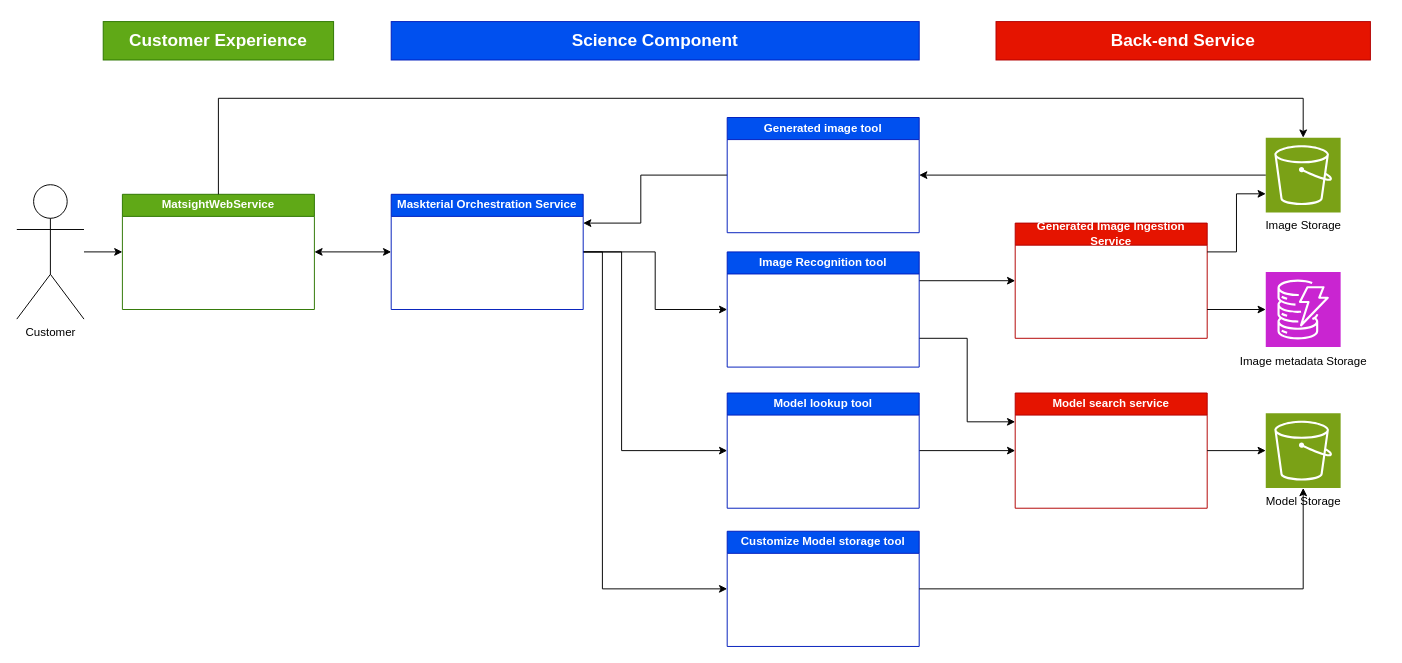
The draw.io diagram Diagrams/Detailed High Level Diagram.drawio in microseg/docs, before the edit. Source tidied: cells renumbered, new cells numbered last; positions are measured from the earlier drawing's top-left corner, leaving out a move shared by most shapes. Both pictures are drawn from the tidied source at 96%, with x=0, y=0 at pixel (16, 21).
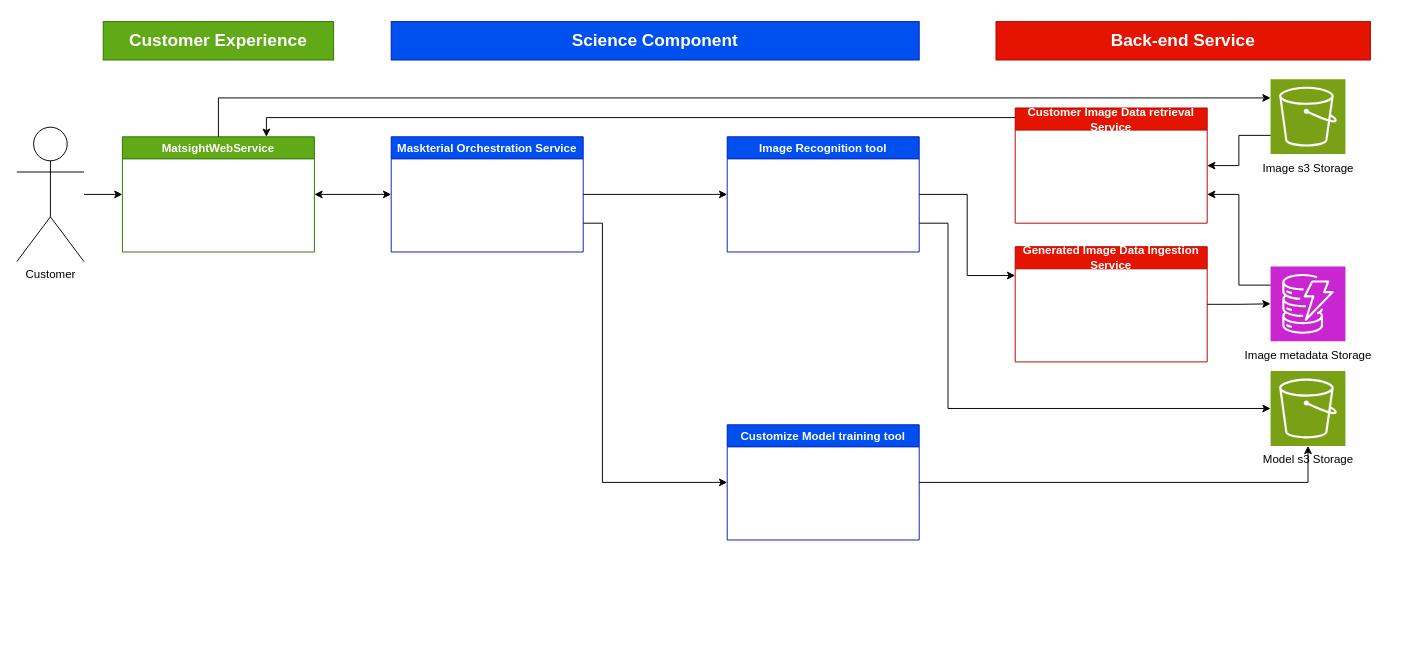
After the change.

The change refers to these unchanged cells:
```xml
<mxCell id="23" style="sketch=0;points=[[0,0,0],[0.25,0,0],[0.5,0,0],[0.75,0,0],[1,0,0],[0,1,0],[0.25,1,0],[0.5,1,0],[0.75,1,0],[1,1,0],[0,0.25,0],[0,0.5,0],[0,0.75,0],[1,0.25,0],[1,0.5,0],[1,0.75,0]];outlineConnect=0;fontColor=#232F3E;fillColor=#7AA116;strokeColor=#ffffff;dashed=0;verticalLabelPosition=bottom;verticalAlign=top;align=center;html=1;fontSize=12;fontStyle=0;shape=mxgraph.aws4.resourceIcon;resIcon=mxgraph.aws4.s3;" parent="22" vertex="1">
  <mxGeometry x="11" width="78" height="78" as="geometry" />
</mxCell>
<mxCell id="27" style="sketch=0;points=[[0,0,0],[0.25,0,0],[0.5,0,0],[0.75,0,0],[1,0,0],[0,1,0],[0.25,1,0],[0.5,1,0],[0.75,1,0],[1,1,0],[0,0.25,0],[0,0.5,0],[0,0.75,0],[1,0.25,0],[1,0.5,0],[1,0.75,0]];outlineConnect=0;fontColor=#232F3E;fillColor=#7AA116;strokeColor=#ffffff;dashed=0;verticalLabelPosition=bottom;verticalAlign=top;align=center;html=1;fontSize=12;fontStyle=0;shape=mxgraph.aws4.resourceIcon;resIcon=mxgraph.aws4.s3;" parent="26" vertex="1">
  <mxGeometry x="11" width="78" height="78" as="geometry" />
</mxCell>
<mxCell id="32" style="sketch=0;points=[[0,0,0],[0.25,0,0],[0.5,0,0],[0.75,0,0],[1,0,0],[0,1,0],[0.25,1,0],[0.5,1,0],[0.75,1,0],[1,1,0],[0,0.25,0],[0,0.5,0],[0,0.75,0],[1,0.25,0],[1,0.5,0],[1,0.75,0]];outlineConnect=0;fontColor=#232F3E;fillColor=#C925D1;strokeColor=#ffffff;dashed=0;verticalLabelPosition=bottom;verticalAlign=top;align=center;html=1;fontSize=12;fontStyle=0;shape=mxgraph.aws4.resourceIcon;resIcon=mxgraph.aws4.dynamodb;" parent="31" vertex="1">
  <mxGeometry x="11" width="78" height="78" as="geometry" />
</mxCell>
```

Change to the diagram source:
```diff
@@
     <mxCell id="6" value="MatsightWebService" style="swimlane;whiteSpace=wrap;html=1;fillColor=#60a917;fontColor=#ffffff;strokeColor=#2D7600;" parent="1" vertex="1">
-      <mxGeometry x="110" y="179.9" width="200" height="120" as="geometry" />
+      <mxGeometry x="110" y="120" width="200" height="120" as="geometry" />
     </mxCell>
     <mxCell id="7" value="Customer" style="shape=umlActor;verticalLabelPosition=bottom;verticalAlign=top;html=1;outlineConnect=0;" parent="1" vertex="1">
-      <mxGeometry y="169.9" width="70" height="140" as="geometry" />
+      <mxGeometry y="110" width="70" height="140" as="geometry" />
     </mxCell>
     <mxCell id="8" style="endArrow=classic;html=1;rounded=0;" parent="1" edge="1" source="7">
       <mxGeometry relative="1" as="geometry">
-        <mxPoint x="110" y="239.9" as="targetPoint" />
+        <mxPoint x="110" y="180" as="targetPoint" />
       </mxGeometry>
     </mxCell>
-    <mxCell id="9" style="edgeStyle=orthogonalEdgeStyle;rounded=0;jettySize=auto;html=1;exitX=1;exitY=0.25;exitDx=0;exitDy=0;entryX=0;entryY=0.5;entryDx=0;entryDy=0;startArrow=classic;startFill=1;endArrow=none;endFill=0;" parent="1" edge="1" source="13" target="18">
-      <mxGeometry relative="1" as="geometry">
-        <Array as="points">
-          <mxPoint x="650" y="209.9" />
-          <mxPoint x="650" y="159.9" />
-        </Array>
-      </mxGeometry>
-    </mxCell>
@@
-    <mxCell id="11" style="edgeStyle=orthogonalEdgeStyle;rounded=0;jettySize=auto;html=1;exitX=1;exitY=0.5;exitDx=0;exitDy=0;entryX=0;entryY=0.5;entryDx=0;entryDy=0;" parent="1" edge="1" source="13" target="17">
+    <mxCell id="11" style="edgeStyle=orthogonalEdgeStyle;rounded=0;jettySize=auto;html=1;exitX=1;exitY=0.75;exitDx=0;exitDy=0;entryX=0;entryY=0.5;entryDx=0;entryDy=0;" parent="1" edge="1" source="13" target="17">
       <mxGeometry relative="1" as="geometry">
         <Array as="points">
-          <mxPoint x="610" y="239.9" />
-          <mxPoint x="610" y="590.9" />
+          <mxPoint x="610" y="210" />
+          <mxPoint x="610" y="480" />
         </Array>
       </mxGeometry>
     </mxCell>
-    <mxCell id="12" style="edgeStyle=orthogonalEdgeStyle;rounded=0;jettySize=auto;html=1;exitX=1;exitY=0.5;exitDx=0;exitDy=0;entryX=0;entryY=0.5;entryDx=0;entryDy=0;" parent="1" edge="1" source="13" target="16">
-      <mxGeometry relative="1" as="geometry">
-        <Array as="points">
-          <mxPoint x="630" y="239.9" />
-          <mxPoint x="630" y="446.9" />
-        </Array>
-      </mxGeometry>
-    </mxCell>
     <mxCell id="13" value="Maskterial Orchestration Service" style="swimlane;whiteSpace=wrap;html=1;fillColor=#0050ef;fontColor=#ffffff;strokeColor=#001DBC;startSize=23;" parent="1" vertex="1">
-      <mxGeometry x="390" y="179.9" width="200" height="120" as="geometry" />
+      <mxGeometry x="390" y="120" width="200" height="120" as="geometry" />
     </mxCell>
-    <mxCell id="14" value="Model search service" style="swimlane;whiteSpace=wrap;html=1;fillColor=#e51400;fontColor=#ffffff;strokeColor=#B20000;" parent="1" vertex="1">
-      <mxGeometry x="1040" y="386.9" width="200" height="120" as="geometry" />
-    </mxCell>
-    <mxCell id="15" style="edgeStyle=orthogonalEdgeStyle;rounded=0;jettySize=auto;html=1;exitX=1;exitY=0.5;exitDx=0;exitDy=0;entryX=0;entryY=0.5;entryDx=0;entryDy=0;startArrow=none;startFill=0;endArrow=classic;endFill=1;" parent="1" edge="1" source="16" target="14">
-      <mxGeometry relative="1" as="geometry" />
-    </mxCell>
-    <mxCell id="16" value="Model lookup tool" style="swimlane;whiteSpace=wrap;html=1;fillColor=#0050ef;fontColor=#ffffff;strokeColor=#001DBC;startSize=23;" parent="1" vertex="1">
-      <mxGeometry x="740" y="386.9" width="200" height="120" as="geometry" />
-    </mxCell>
-    <mxCell id="17" value="Customize Model storage tool" style="swimlane;whiteSpace=wrap;html=1;fillColor=#0050ef;fontColor=#ffffff;strokeColor=#001DBC;startSize=23;" parent="1" vertex="1">
-      <mxGeometry x="740" y="530.9" width="200" height="120" as="geometry" />
+    <mxCell id="17" value="Customize Model training tool" style="swimlane;whiteSpace=wrap;html=1;fillColor=#0050ef;fontColor=#ffffff;strokeColor=#001DBC;startSize=23;" parent="1" vertex="1">
+      <mxGeometry x="740" y="420" width="200" height="120" as="geometry" />
     </mxCell>
-    <mxCell id="18" value="Generated image tool" style="swimlane;whiteSpace=wrap;html=1;fillColor=#0050ef;fontColor=#ffffff;strokeColor=#001DBC;startSize=23;" parent="1" vertex="1">
-      <mxGeometry x="740" y="99.9" width="200" height="120" as="geometry" />
-    </mxCell>
-    <mxCell id="19" style="edgeStyle=orthogonalEdgeStyle;rounded=0;jettySize=auto;html=1;exitX=1;exitY=0.25;exitDx=0;exitDy=0;entryX=0;entryY=0.5;entryDx=0;entryDy=0;" parent="1" edge="1" source="21" target="34">
+    <mxCell id="19" style="edgeStyle=orthogonalEdgeStyle;rounded=0;jettySize=auto;html=1;exitX=1;exitY=0.5;exitDx=0;exitDy=0;entryX=0;entryY=0.25;entryDx=0;entryDy=0;" parent="1" edge="1" source="21" target="34">
       <mxGeometry relative="1" as="geometry" />
     </mxCell>
-    <mxCell id="20" style="edgeStyle=orthogonalEdgeStyle;rounded=0;jettySize=auto;html=1;exitX=1;exitY=0.75;exitDx=0;exitDy=0;entryX=0;entryY=0.25;entryDx=0;entryDy=0;" parent="1" edge="1" source="21" target="14">
-      <mxGeometry relative="1" as="geometry">
-        <Array as="points">
-          <mxPoint x="990" y="329.9" />
-          <mxPoint x="990" y="416.9" />
-        </Array>
-      </mxGeometry>
-    </mxCell>
+    <mxCell id="38" style="edgeStyle=orthogonalEdgeStyle;rounded=0;jettySize=auto;html=1;exitX=1;exitY=0.75;exitDx=0;exitDy=0;entryX=0;entryY=0.5;entryDx=0;entryDy=0;entryPerimeter=0;" parent="1" edge="1" source="21" target="23">
+      <mxGeometry relative="1" as="geometry">
+        <Array as="points">
+          <mxPoint x="970" y="210" />
+          <mxPoint x="970" y="403" />
+        </Array>
+      </mxGeometry>
+    </mxCell>
     <mxCell id="21" value="Image Recognition tool" style="swimlane;whiteSpace=wrap;html=1;fillColor=#0050ef;fontColor=#ffffff;strokeColor=#001DBC;startSize=23;" parent="1" vertex="1">
-      <mxGeometry x="740" y="239.9" width="200" height="120" as="geometry" />
+      <mxGeometry x="740" y="120" width="200" height="120" as="geometry" />
     </mxCell>
     <mxCell id="22" style="group;" parent="1" vertex="1">
-      <mxGeometry x="1290" y="407.9" width="100" height="107" as="geometry" />
+      <mxGeometry x="1295" y="364" width="110" height="107" as="geometry" />
     </mxCell>
@@
-    <mxCell id="24" value="Model Storage" style="text;html=1;align=center;verticalAlign=middle;strokeColor=none;fillColor=none;" parent="22" vertex="1">
-      <mxGeometry y="77" width="100" height="30" as="geometry" />
+    <mxCell id="24" value="Model s3 Storage" style="text;html=1;align=center;verticalAlign=middle;strokeColor=none;fillColor=none;" parent="22" vertex="1">
+      <mxGeometry x="-10" y="77" width="120" height="30" as="geometry" />
     </mxCell>
-    <mxCell id="25" style="edgeStyle=orthogonalEdgeStyle;rounded=0;jettySize=auto;html=1;exitX=0;exitY=0.5;exitDx=0;exitDy=0;exitPerimeter=0;endArrow=none;endFill=0;startArrow=classic;startFill=1;" parent="1" edge="1" source="23" target="14">
-      <mxGeometry relative="1" as="geometry" />
-    </mxCell>
     <mxCell id="26" style="group;" parent="1" vertex="1">
-      <mxGeometry x="1290" y="120.9" width="110" height="107" as="geometry" />
+      <mxGeometry x="1295" y="60" width="110" height="108" as="geometry" />
     </mxCell>
@@
-    <mxCell id="28" value="Image Storage" style="text;html=1;align=center;verticalAlign=middle;strokeColor=none;fillColor=none;" parent="26" vertex="1">
-      <mxGeometry y="77" width="100" height="30" as="geometry" />
+    <mxCell id="28" value="Image s3 Storage" style="text;html=1;align=center;verticalAlign=middle;strokeColor=none;fillColor=none;" parent="26" vertex="1">
+      <mxGeometry x="-10" y="78" width="120" height="30" as="geometry" />
     </mxCell>
-    <mxCell id="29" style="edgeStyle=orthogonalEdgeStyle;rounded=0;jettySize=auto;html=1;exitX=1;exitY=0.5;exitDx=0;exitDy=0;entryX=0;entryY=0.5;entryDx=0;entryDy=0;entryPerimeter=0;startArrow=classic;startFill=1;endArrow=none;endFill=0;" parent="1" edge="1" source="18" target="27">
-      <mxGeometry relative="1" as="geometry" />
-    </mxCell>
-    <mxCell id="30" style="edgeStyle=orthogonalEdgeStyle;rounded=0;jettySize=auto;html=1;exitX=0.5;exitY=0;exitDx=0;exitDy=0;entryX=0.5;entryY=0;entryDx=0;entryDy=0;entryPerimeter=0;" parent="1" edge="1" source="6" target="27">
-      <mxGeometry relative="1" as="geometry">
-        <Array as="points">
-          <mxPoint x="210" y="79.9" />
-          <mxPoint x="1340" y="79.9" />
-        </Array>
-      </mxGeometry>
-    </mxCell>
     <mxCell id="31" style="group;" parent="1" vertex="1">
-      <mxGeometry x="1290" y="260.9" width="130" height="108" as="geometry" />
+      <mxGeometry x="1295" y="255" width="130" height="108" as="geometry" />
     </mxCell>
@@
-    <mxCell id="34" value="Generated Image Ingestion Service" style="swimlane;whiteSpace=wrap;html=1;fillColor=#e51400;fontColor=#ffffff;strokeColor=#B20000;" parent="1" vertex="1">
-      <mxGeometry x="1040" y="209.9" width="200" height="120" as="geometry" />
+    <mxCell id="34" value="Generated Image Data Ingestion Service" style="swimlane;whiteSpace=wrap;html=1;fillColor=#e51400;fontColor=#ffffff;strokeColor=#B20000;" parent="1" vertex="1">
+      <mxGeometry x="1040" y="234.5" width="200" height="120" as="geometry" />
     </mxCell>
-    <mxCell id="35" style="edgeStyle=orthogonalEdgeStyle;rounded=0;jettySize=auto;html=1;exitX=1;exitY=0.25;exitDx=0;exitDy=0;entryX=0;entryY=0.75;entryDx=0;entryDy=0;entryPerimeter=0;" parent="1" edge="1" source="34" target="27">
-      <mxGeometry relative="1" as="geometry" />
-    </mxCell>
-    <mxCell id="36" style="edgeStyle=orthogonalEdgeStyle;rounded=0;jettySize=auto;html=1;exitX=1;exitY=0.75;exitDx=0;exitDy=0;entryX=0;entryY=0.5;entryDx=0;entryDy=0;entryPerimeter=0;" parent="1" edge="1" source="34" target="32">
+    <mxCell id="36" style="edgeStyle=orthogonalEdgeStyle;rounded=0;jettySize=auto;html=1;exitX=1;exitY=0.5;exitDx=0;exitDy=0;entryX=0;entryY=0.5;entryDx=0;entryDy=0;entryPerimeter=0;" parent="1" edge="1" source="34" target="32">
       <mxGeometry relative="1" as="geometry" />
     </mxCell>
+    <mxCell id="39" style="edgeStyle=orthogonalEdgeStyle;rounded=0;jettySize=auto;html=1;exitX=0.011;exitY=0.096;exitDx=0;exitDy=0;entryX=0.75;entryY=0;entryDx=0;entryDy=0;exitPerimeter=0;" parent="1" edge="1" source="40" target="6">
+      <mxGeometry relative="1" as="geometry">
+        <Array as="points">
+          <mxPoint x="1042" y="100" />
+          <mxPoint x="260" y="100" />
+        </Array>
+      </mxGeometry>
+    </mxCell>
+    <mxCell id="40" value="Customer Image Data retrieval Service" style="swimlane;whiteSpace=wrap;html=1;fillColor=#e51400;fontColor=#ffffff;strokeColor=#B20000;" parent="1" vertex="1">
+      <mxGeometry x="1040" y="90" width="200" height="120" as="geometry" />
+    </mxCell>
+    <mxCell id="41" style="edgeStyle=orthogonalEdgeStyle;rounded=0;jettySize=auto;html=1;exitX=0;exitY=0.75;exitDx=0;exitDy=0;exitPerimeter=0;entryX=1;entryY=0.5;entryDx=0;entryDy=0;" parent="1" edge="1" source="27" target="40">
+      <mxGeometry relative="1" as="geometry" />
+    </mxCell>
+    <mxCell id="42" style="edgeStyle=orthogonalEdgeStyle;rounded=0;jettySize=auto;html=1;exitX=0;exitY=0.25;exitDx=0;exitDy=0;exitPerimeter=0;entryX=1;entryY=0.75;entryDx=0;entryDy=0;" parent="1" edge="1" source="32" target="40">
+      <mxGeometry relative="1" as="geometry" />
+    </mxCell>
@@
+    <mxCell id="30" style="edgeStyle=orthogonalEdgeStyle;rounded=0;jettySize=auto;html=1;exitX=0.5;exitY=0;exitDx=0;exitDy=0;entryX=0;entryY=0.25;entryDx=0;entryDy=0;entryPerimeter=0;" parent="1" edge="1" source="6" target="27">
+      <mxGeometry relative="1" as="geometry" />
+    </mxCell>
```
